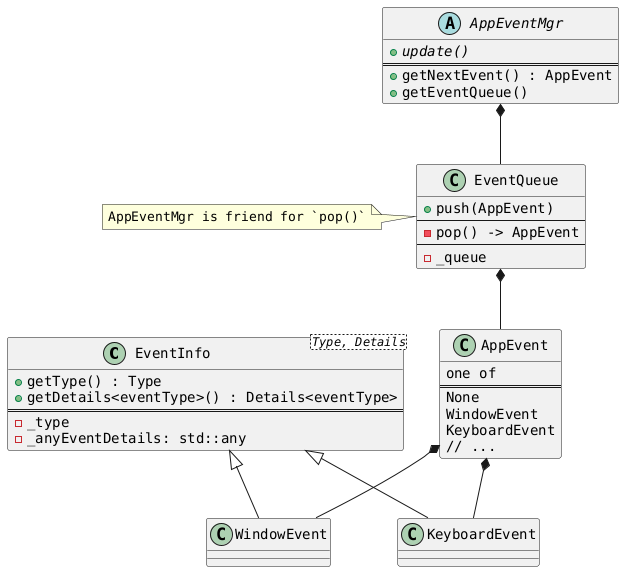
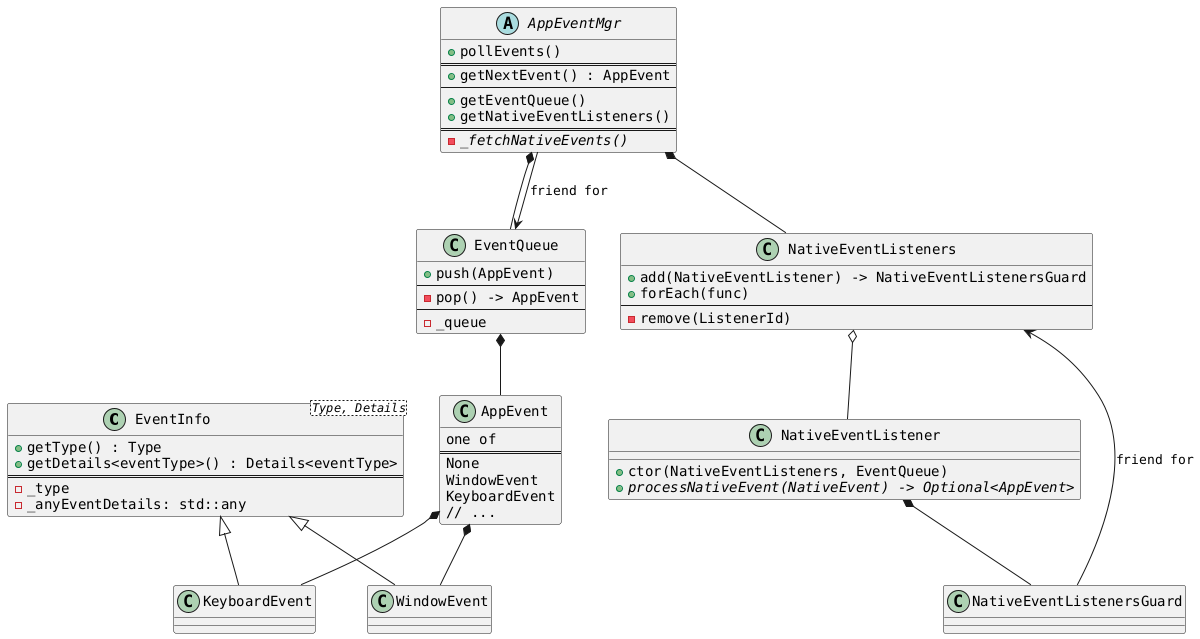
@startuml

skinparam defaultFontName monospaced

'=======================================================================================================================
class EventInfo<Type, Details> {
    + getType() : Type
    + getDetails<eventType>() : Details<eventType>
==
    - _type
    - _anyEventDetails: std::any
}

'------------------------------------------------------------------------------------------------------------------------
class WindowEvent extends EventInfo

'------------------------------------------------------------------------------------------------------------------------
class KeyboardEvent extends EventInfo

'=======================================================================================================================
class AppEvent {
    one of
==
    None
    WindowEvent
    KeyboardEvent
    // ...
}

'------------------------------------------------------------------------------------------------------------------------
AppEvent *-- WindowEvent
AppEvent *-- KeyboardEvent

'=======================================================================================================================
+ class NativeEventListenersGuard
+ 
+ '------------------------------------------------------------------------------------------------------------------------
+ NativeEventListenersGuard --> NativeEventListeners : friend for
+ 
+ '=======================================================================================================================
+ class NativeEventListener {
+     + ctor(NativeEventListeners, EventQueue)
+     + {abstract} processNativeEvent(NativeEvent) -> Optional<AppEvent>
+ }
+ 
+ '------------------------------------------------------------------------------------------------------------------------
+ NativeEventListener *-- NativeEventListenersGuard
+ 
+ '=======================================================================================================================
class EventQueue {
    + push(AppEvent)
--
    - pop() -> AppEvent
--
    - _queue
}

'------------------------------------------------------------------------------------------------------------------------
EventQueue *-- AppEvent

'------------------------------------------------------------------------------------------------------------------------
- note left: AppEventMgr is friend for `pop()`
+ AppEventMgr --> EventQueue : friend for
+ 
+ '=======================================================================================================================
+ class NativeEventListeners {
+     + add(NativeEventListener) -> NativeEventListenersGuard
+     + forEach(func)
+ --
+     - remove(ListenerId)
+ }
+ 
+ '------------------------------------------------------------------------------------------------------------------------
+ NativeEventListeners o-- NativeEventListener

'=======================================================================================================================
abstract class AppEventMgr {
-     + {abstract} update()
+     + pollEvents()
==
    + getNextEvent() : AppEvent
+ --
    + getEventQueue()
+     + getNativeEventListeners()
+ ==
+     - {abstract} _fetchNativeEvents()
}

'------------------------------------------------------------------------------------------------------------------------
AppEventMgr *-- EventQueue
+ AppEventMgr *-- NativeEventListeners

'=======================================================================================================================
@enduml
